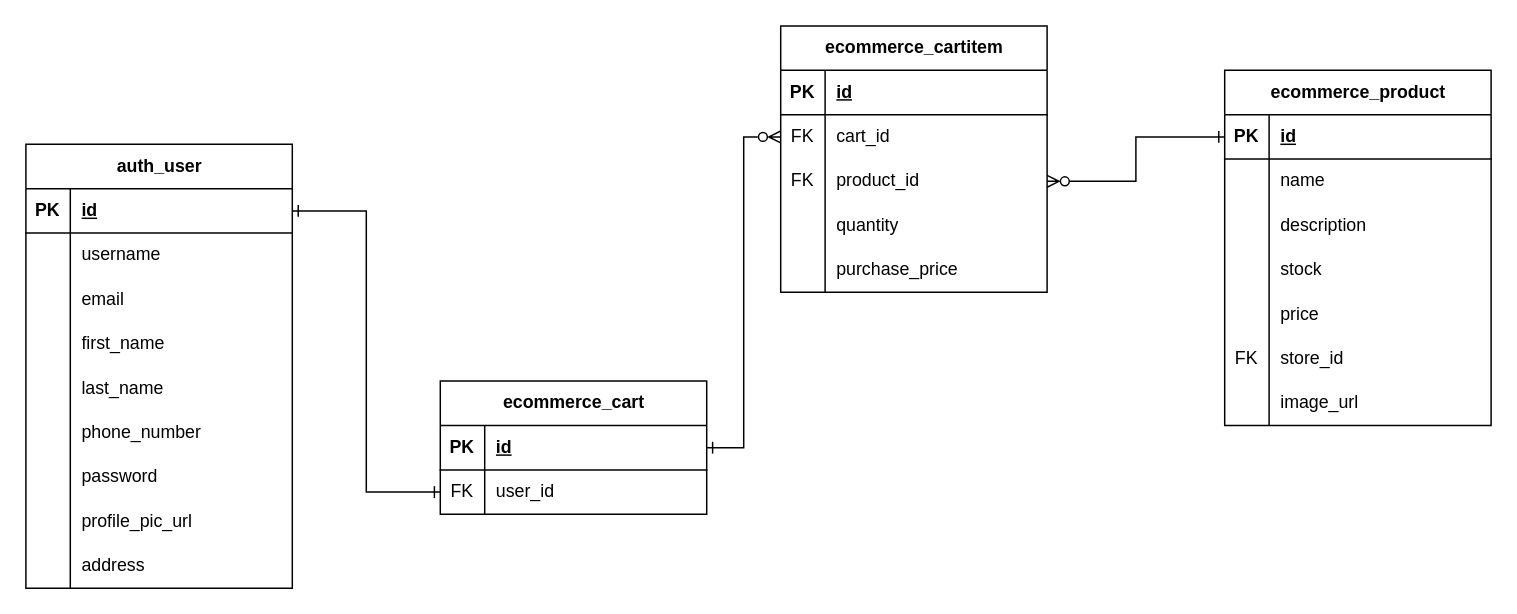
This is page "Add products to cart" (2 of 3) of E-Commerce API ERD.drawio from RHILIUS/drawio, a draw.io file, before an edit. Source tidied: cells renumbered, new cells numbered last; positions are measured from the earlier drawing's top-left corner, leaving out a move shared by most shapes. Both pictures are drawn from the tidied source at 148%, with x=0, y=0 at pixel (25, 25).
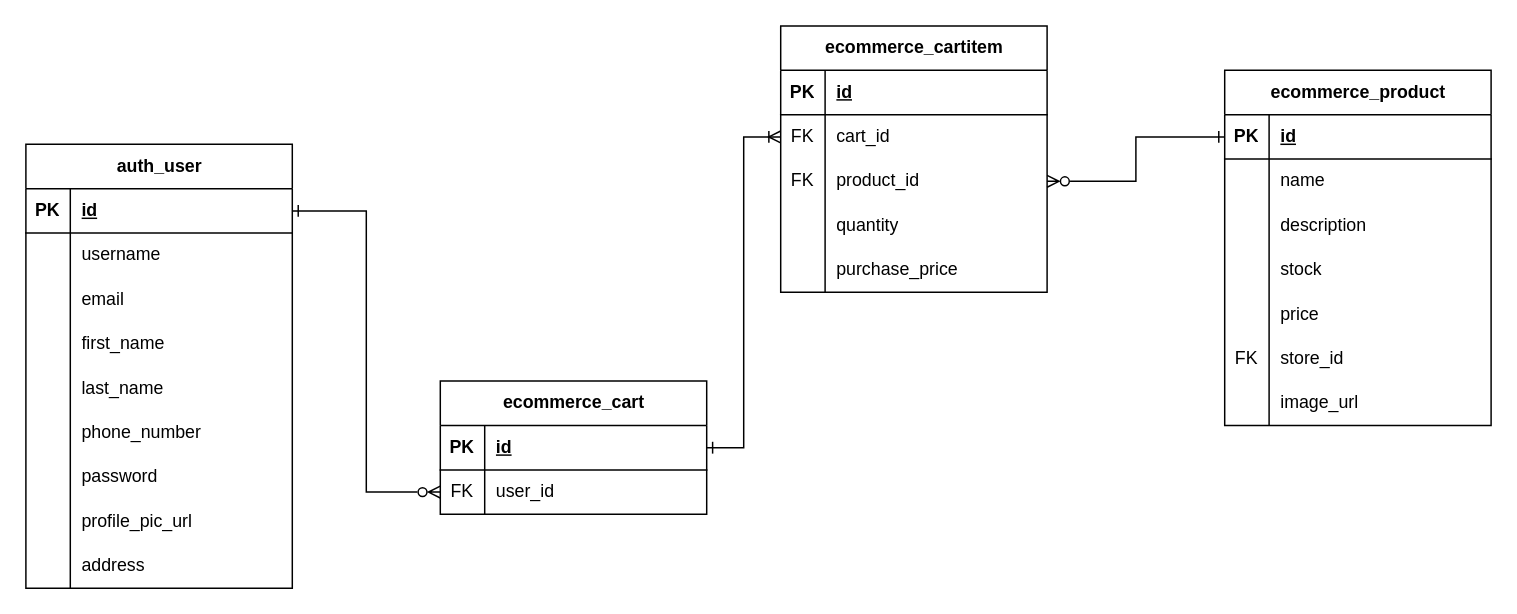
Above is the later version.

Unchanged cells that the change refers to:
```xml
<mxCell id="3" style="shape=tableRow;horizontal=0;startSize=0;swimlaneHead=0;swimlaneBody=0;fillColor=none;points=[[0,0.5],[1,0.5]];portConstraint=eastwest;top=0;left=0;right=0;bottom=1;" parent="2" vertex="1">
  <mxGeometry y="30" width="180" height="30" as="geometry" />
</mxCell>
<mxCell id="6" style="shape=tableRow;horizontal=0;startSize=0;swimlaneHead=0;swimlaneBody=0;fillColor=none;points=[[0,0.5],[1,0.5]];portConstraint=eastwest;top=0;left=0;right=0;bottom=0;" parent="2" vertex="1">
  <mxGeometry y="60" width="180" height="30" as="geometry" />
</mxCell>
<mxCell id="32" style="shape=tableRow;horizontal=0;startSize=0;swimlaneHead=0;swimlaneBody=0;fillColor=none;points=[[0,0.5],[1,0.5]];portConstraint=eastwest;top=0;left=0;right=0;bottom=1;" parent="31" vertex="1">
  <mxGeometry y="30" width="180" height="30" as="geometry" />
</mxCell>
<mxCell id="63" style="shape=tableRow;horizontal=0;startSize=0;swimlaneHead=0;swimlaneBody=0;fillColor=none;points=[[0,0.5],[1,0.5]];portConstraint=eastwest;top=0;left=0;right=0;bottom=0;" parent="59" vertex="1">
  <mxGeometry y="60" width="180" height="30" as="geometry" />
</mxCell>
```

Diff of the diagram source:
```diff
@@
-    <mxCell id="75" style="edgeStyle=orthogonalEdgeStyle;rounded=0;jettySize=auto;html=1;entryX=0;entryY=0.5;entryDx=0;entryDy=0;endArrow=ERzeroToMany;endFill=0;startArrow=ERone;startFill=0;" parent="1" edge="1" source="3" target="63">
+    <mxCell id="75" style="edgeStyle=orthogonalEdgeStyle;rounded=0;jettySize=auto;html=1;entryX=0;entryY=0.5;entryDx=0;entryDy=0;endArrow=ERoneToMany;endFill=0;startArrow=ERone;startFill=0;" parent="1" edge="1" source="3" target="63">
       <mxGeometry relative="1" as="geometry" />
     </mxCell>
-    <mxCell id="76" style="edgeStyle=orthogonalEdgeStyle;rounded=0;jettySize=auto;html=1;entryX=0;entryY=0.5;entryDx=0;entryDy=0;endArrow=ERone;endFill=0;startArrow=ERone;startFill=0;" parent="1" edge="1" source="32" target="6">
+    <mxCell id="76" style="edgeStyle=orthogonalEdgeStyle;rounded=0;jettySize=auto;html=1;entryX=0;entryY=0.5;entryDx=0;entryDy=0;endArrow=ERzeroToMany;endFill=0;startArrow=ERone;startFill=0;" parent="1" edge="1" source="32" target="6">
       <mxGeometry relative="1" as="geometry" />
     </mxCell>
```
